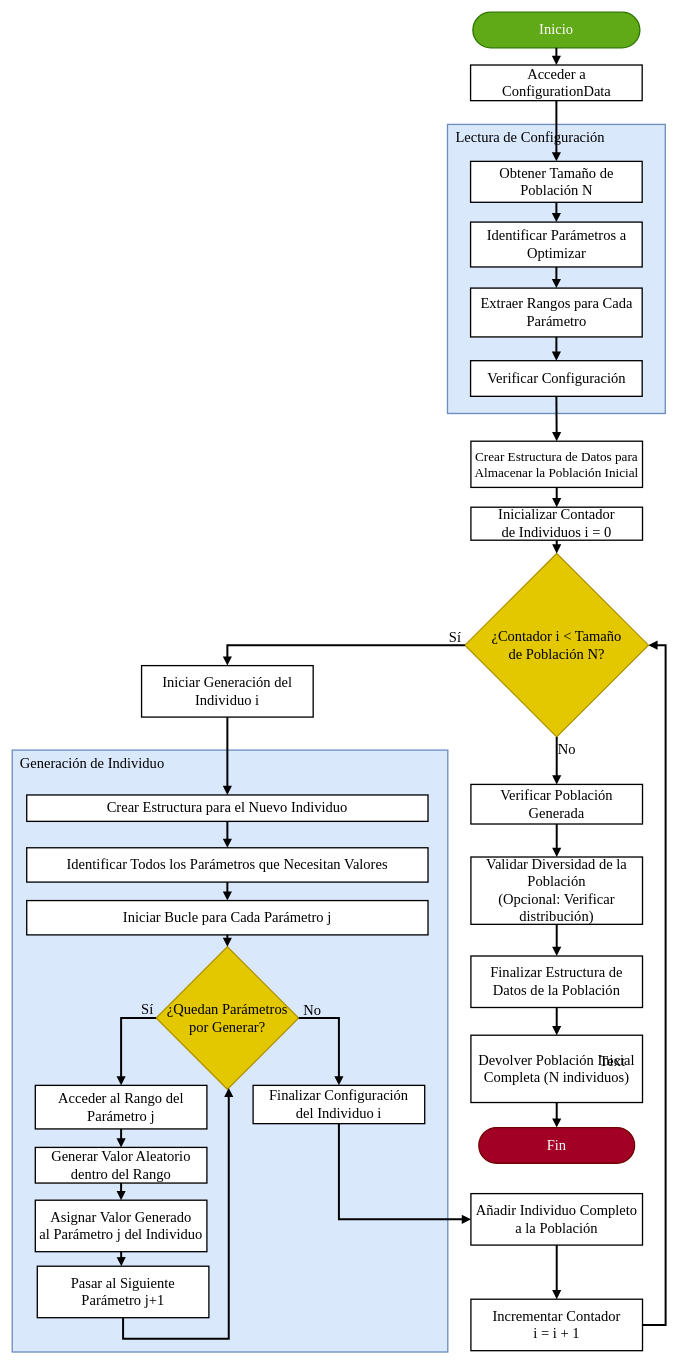
Above: page "Proceso02" (2 of 16) of img/Analisis/DiagramaProcesos/DiagramaProceso01_Captura Parámetros.drawio in CARBAJE/Presentacion (draw.io), before the change. Source tidied: cells renumbered, new cells numbered last; positions are measured from the earlier drawing's top-left corner, leaving out a move shared by most shapes. Both pictures are drawn from the tidied source at 66%, with x=0, y=0 at pixel (12, 12).
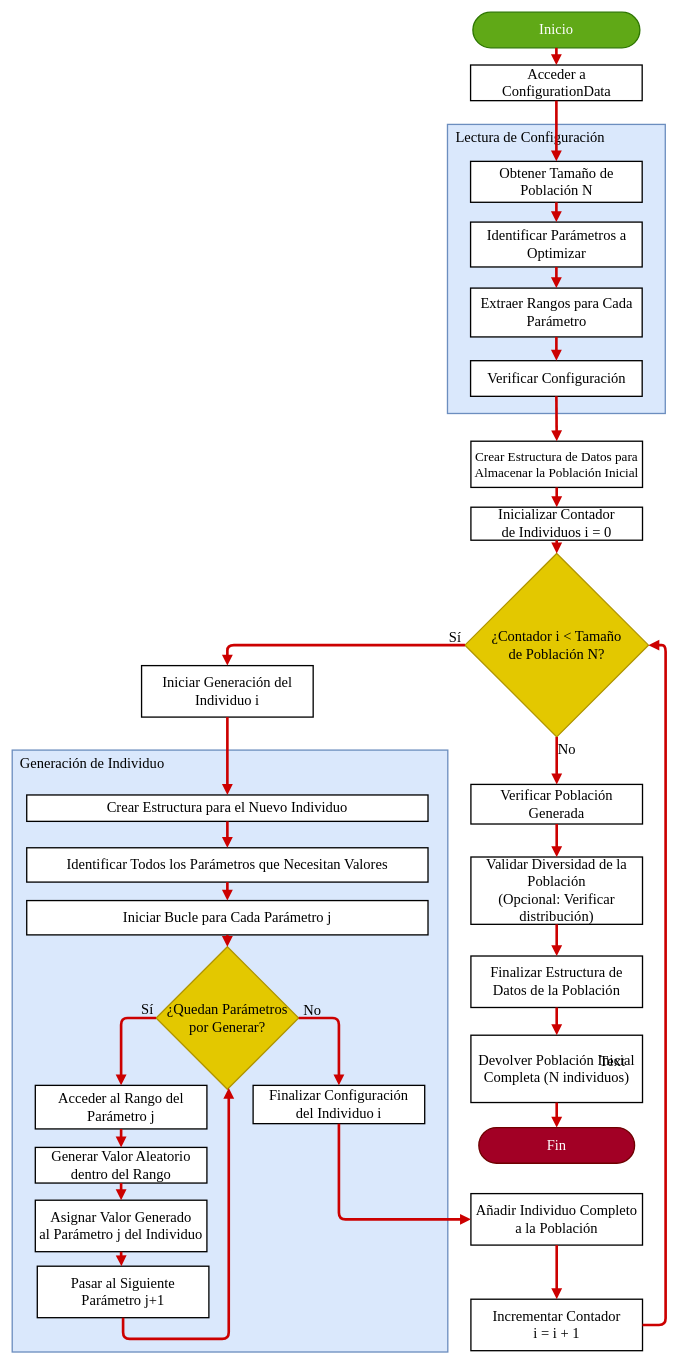
The same page after the edit.

Unchanged cells that the change refers to:
```xml
<mxCell id="4" value="Inicio" style="rounded=1;whiteSpace=wrap;arcSize=50;strokeWidth=2;comic=0;enumerate=0;fillColor=#60a917;fontColor=#ffffff;strokeColor=#2D7600;fontSize=22;fontFamily=Times New Roman;" parent="1" vertex="1">
<mxCell id="5" value="Acceder a ConfigurationData" style="whiteSpace=wrap;strokeWidth=2;fontSize=22;fontFamily=Times New Roman;" parent="1" vertex="1">
<mxCell id="6" value="Obtener Tamaño de Población N" style="whiteSpace=wrap;strokeWidth=2;fontSize=22;fontFamily=Times New Roman;" parent="1" vertex="1">
<mxCell id="7" value="Identificar Parámetros a Optimizar" style="whiteSpace=wrap;strokeWidth=2;fontSize=22;fontFamily=Times New Roman;" parent="1" vertex="1">
<mxCell id="8" value="Extraer Rangos para Cada Parámetro" style="whiteSpace=wrap;strokeWidth=2;fontSize=22;fontFamily=Times New Roman;" parent="1" vertex="1">
<mxCell id="9" value="Verificar Configuración" style="whiteSpace=wrap;strokeWidth=2;fontSize=22;fontFamily=Times New Roman;" parent="1" vertex="1">
<mxCell id="10" value="Crear Estructura de Datos para&#10;Almacenar la Población Inicial" style="whiteSpace=wrap;strokeWidth=2;fontSize=20;fontFamily=Times New Roman;" parent="1" vertex="1">
<mxCell id="11" value="Inicializar Contador&#10;de Individuos i = 0" style="whiteSpace=wrap;strokeWidth=2;fontSize=22;fontFamily=Times New Roman;" parent="1" vertex="1">
<mxCell id="12" value="¿Contador i &lt; Tamaño&#10;de Población N?" style="rhombus;strokeWidth=2;whiteSpace=wrap;fontSize=22;fillColor=#e3c800;fontColor=#000000;strokeColor=#B09500;fontFamily=Times New Roman;" parent="1" vertex="1">
<mxCell id="13" value="Verificar Población Generada" style="whiteSpace=wrap;strokeWidth=2;fontSize=22;fontFamily=Times New Roman;" parent="1" vertex="1">
<mxCell id="14" value="Iniciar Generación del&#10;Individuo i" style="whiteSpace=wrap;strokeWidth=2;fontSize=22;fontFamily=Times New Roman;" parent="1" vertex="1">
<mxCell id="15" value="Crear Estructura para el Nuevo Individuo" style="whiteSpace=wrap;strokeWidth=2;fontSize=22;fontFamily=Times New Roman;" parent="1" vertex="1">
<mxCell id="16" value="Identificar Todos los Parámetros que Necesitan Valores" style="whiteSpace=wrap;strokeWidth=2;fontSize=22;fontFamily=Times New Roman;" parent="1" vertex="1">
<mxCell id="17" value="Iniciar Bucle para Cada Parámetro j" style="whiteSpace=wrap;strokeWidth=2;fontSize=22;fontFamily=Times New Roman;" parent="1" vertex="1">
<mxCell id="18" value="¿Quedan Parámetros&#10;por Generar?" style="rhombus;strokeWidth=2;whiteSpace=wrap;fontSize=22;fillColor=#e3c800;fontColor=#000000;strokeColor=#B09500;fontFamily=Times New Roman;" parent="1" vertex="1">
<mxCell id="19" value="Acceder al Rango del Parámetro j" style="whiteSpace=wrap;strokeWidth=2;fontSize=22;fontFamily=Times New Roman;" parent="1" vertex="1">
<mxCell id="20" value="Generar Valor Aleatorio&#10;dentro del Rango" style="whiteSpace=wrap;strokeWidth=2;fontSize=22;fontFamily=Times New Roman;" parent="1" vertex="1">
<mxCell id="21" value="Asignar Valor Generado&#10;al Parámetro j del Individuo" style="whiteSpace=wrap;strokeWidth=2;fontSize=22;fontFamily=Times New Roman;" parent="1" vertex="1">
<mxCell id="22" value="Pasar al Siguiente&#10;Parámetro j+1" style="whiteSpace=wrap;strokeWidth=2;fontSize=22;fontFamily=Times New Roman;" parent="1" vertex="1">
<mxCell id="23" value="Finalizar Configuración&#10;del Individuo i" style="whiteSpace=wrap;strokeWidth=2;fontSize=22;fontFamily=Times New Roman;" parent="1" vertex="1">
<mxCell id="24" value="Añadir Individuo Completo&#10;a la Población" style="whiteSpace=wrap;strokeWidth=2;fontSize=22;fontFamily=Times New Roman;" parent="1" vertex="1">
<mxCell id="25" value="Incrementar Contador&#10;i = i + 1" style="whiteSpace=wrap;strokeWidth=2;fontSize=22;fontFamily=Times New Roman;" parent="1" vertex="1">
<mxCell id="26" value="Validar Diversidad de la Población&#10;(Opcional: Verificar distribución)" style="whiteSpace=wrap;strokeWidth=2;fontSize=22;fontFamily=Times New Roman;" parent="1" vertex="1">
<mxCell id="27" value="Finalizar Estructura de&#10;Datos de la Población" style="whiteSpace=wrap;strokeWidth=2;fontSize=22;fontFamily=Times New Roman;" parent="1" vertex="1">
<mxCell id="28" value="Devolver Población Inicial&#10;Completa (N individuos)" style="whiteSpace=wrap;strokeWidth=2;fontSize=22;fontFamily=Times New Roman;" parent="1" vertex="1">
<mxCell id="30" value="Fin" style="rounded=1;whiteSpace=wrap;arcSize=50;strokeWidth=2;comic=0;enumerate=0;fillColor=#a20025;strokeColor=#6F0000;fontSize=22;fontColor=#ffffff;fontFamily=Times New Roman;" parent="1" vertex="1">
```

What changed in the source:
```diff
@@
-    <mxCell id="31" style="curved=1;startArrow=none;endArrow=block;exitX=0.5;exitY=1;entryX=0.5;entryY=0;rounded=0;fontSize=22;fontFamily=Times New Roman;strokeWidth=3;" parent="1" edge="1" source="4" target="5">
+    <mxCell id="31" style="curved=0;startArrow=none;endArrow=block;exitX=0.5;exitY=1;entryX=0.5;entryY=0;rounded=1;fontSize=22;fontFamily=Times New Roman;strokeWidth=4;flowAnimation=1;strokeColor=#CC0000;" parent="1" edge="1" source="4" target="5">
       <mxGeometry relative="1" as="geometry" />
     </mxCell>
-    <mxCell id="32" style="curved=1;startArrow=none;endArrow=block;exitX=0.5;exitY=1;entryX=0.5;entryY=0;rounded=0;fontSize=22;fontFamily=Times New Roman;strokeWidth=3;" parent="1" edge="1" source="5" target="6">
+    <mxCell id="32" style="curved=0;startArrow=none;endArrow=block;exitX=0.5;exitY=1;entryX=0.5;entryY=0;rounded=1;fontSize=22;fontFamily=Times New Roman;strokeWidth=4;flowAnimation=1;strokeColor=#CC0000;" parent="1" edge="1" source="5" target="6">
       <mxGeometry relative="1" as="geometry" />
     </mxCell>
-    <mxCell id="33" style="curved=1;startArrow=none;endArrow=block;exitX=0.5;exitY=1;entryX=0.5;entryY=0;rounded=0;fontSize=22;fontFamily=Times New Roman;strokeWidth=3;" parent="1" edge="1" source="6" target="7">
+    <mxCell id="33" style="curved=0;startArrow=none;endArrow=block;exitX=0.5;exitY=1;entryX=0.5;entryY=0;rounded=1;fontSize=22;fontFamily=Times New Roman;strokeWidth=4;flowAnimation=1;strokeColor=#CC0000;" parent="1" edge="1" source="6" target="7">
       <mxGeometry relative="1" as="geometry" />
     </mxCell>
-    <mxCell id="34" style="curved=1;startArrow=none;endArrow=block;exitX=0.5;exitY=1;entryX=0.5;entryY=0;rounded=0;fontSize=22;fontFamily=Times New Roman;strokeWidth=3;" parent="1" edge="1" source="7" target="8">
+    <mxCell id="34" style="curved=0;startArrow=none;endArrow=block;exitX=0.5;exitY=1;entryX=0.5;entryY=0;rounded=1;fontSize=22;fontFamily=Times New Roman;strokeWidth=4;flowAnimation=1;strokeColor=#CC0000;" parent="1" edge="1" source="7" target="8">
       <mxGeometry relative="1" as="geometry" />
     </mxCell>
-    <mxCell id="35" style="curved=1;startArrow=none;endArrow=block;exitX=0.5;exitY=1;entryX=0.5;entryY=0;rounded=0;fontSize=22;fontFamily=Times New Roman;strokeWidth=3;" parent="1" edge="1" source="8" target="9">
+    <mxCell id="35" style="curved=0;startArrow=none;endArrow=block;exitX=0.5;exitY=1;entryX=0.5;entryY=0;rounded=1;fontSize=22;fontFamily=Times New Roman;strokeWidth=4;flowAnimation=1;strokeColor=#CC0000;" parent="1" edge="1" source="8" target="9">
       <mxGeometry relative="1" as="geometry" />
     </mxCell>
-    <mxCell id="36" style="curved=1;startArrow=none;endArrow=block;exitX=0.5;exitY=1;entryX=0.5;entryY=0;rounded=0;fontSize=22;fontFamily=Times New Roman;strokeWidth=3;" parent="1" edge="1" source="9" target="10">
+    <mxCell id="36" style="curved=0;startArrow=none;endArrow=block;exitX=0.5;exitY=1;entryX=0.5;entryY=0;rounded=1;fontSize=22;fontFamily=Times New Roman;strokeWidth=4;flowAnimation=1;strokeColor=#CC0000;" parent="1" edge="1" source="9" target="10">
       <mxGeometry relative="1" as="geometry" />
     </mxCell>
-    <mxCell id="37" style="curved=1;startArrow=none;endArrow=block;exitX=0.5;exitY=1;entryX=0.5;entryY=0;rounded=0;fontSize=22;fontFamily=Times New Roman;strokeWidth=3;" parent="1" edge="1" source="10" target="11">
+    <mxCell id="37" style="curved=0;startArrow=none;endArrow=block;exitX=0.5;exitY=1;entryX=0.5;entryY=0;rounded=1;fontSize=22;fontFamily=Times New Roman;strokeWidth=4;flowAnimation=1;strokeColor=#CC0000;" parent="1" edge="1" source="10" target="11">
       <mxGeometry relative="1" as="geometry" />
     </mxCell>
-    <mxCell id="38" style="curved=1;startArrow=none;endArrow=block;exitX=0.5;exitY=1;entryX=0.5;entryY=0;rounded=0;fontSize=22;fontFamily=Times New Roman;strokeWidth=3;" parent="1" edge="1" source="11" target="12">
+    <mxCell id="38" style="curved=0;startArrow=none;endArrow=block;exitX=0.5;exitY=1;entryX=0.5;entryY=0;rounded=1;fontSize=22;fontFamily=Times New Roman;strokeWidth=4;flowAnimation=1;strokeColor=#CC0000;" parent="1" edge="1" source="11" target="12">
       <mxGeometry relative="1" as="geometry" />
     </mxCell>
-    <mxCell id="39" value="No" style="startArrow=none;endArrow=block;exitX=0.5;exitY=1;entryX=0.5;entryY=0;rounded=0;fontSize=22;edgeStyle=orthogonalEdgeStyle;labelBackgroundColor=none;align=left;spacingBottom=40;fontFamily=Times New Roman;strokeWidth=3;" parent="1" edge="1" source="12" target="13">
+    <mxCell id="39" value="No" style="startArrow=none;endArrow=block;exitX=0.5;exitY=1;entryX=0.5;entryY=0;rounded=1;fontSize=22;edgeStyle=orthogonalEdgeStyle;labelBackgroundColor=none;align=left;spacingBottom=40;fontFamily=Times New Roman;strokeWidth=4;flowAnimation=1;strokeColor=#CC0000;curved=0;" parent="1" edge="1" source="12" target="13">
       <mxGeometry relative="1" as="geometry" />
     </mxCell>
-    <mxCell id="40" value="Sí" style="startArrow=none;endArrow=block;exitX=0;exitY=0.5;entryX=0.5;entryY=0.01;rounded=0;fontSize=22;edgeStyle=orthogonalEdgeStyle;exitDx=0;exitDy=0;labelBackgroundColor=none;verticalAlign=bottom;align=left;spacingLeft=170;fontFamily=Times New Roman;strokeWidth=3;" parent="1" edge="1" source="12" target="14">
+    <mxCell id="40" value="Sí" style="startArrow=none;endArrow=block;exitX=0;exitY=0.5;entryX=0.5;entryY=0.01;rounded=1;fontSize=22;edgeStyle=orthogonalEdgeStyle;exitDx=0;exitDy=0;labelBackgroundColor=none;verticalAlign=bottom;align=left;spacingLeft=170;fontFamily=Times New Roman;strokeWidth=4;flowAnimation=1;strokeColor=#CC0000;curved=0;" parent="1" edge="1" source="12" target="14">
       <mxGeometry relative="1" as="geometry" />
     </mxCell>
-    <mxCell id="41" value="Sí" style="startArrow=none;endArrow=block;exitX=0;exitY=0.5;entryX=0.5;entryY=0;rounded=0;fontSize=22;edgeStyle=orthogonalEdgeStyle;exitDx=0;exitDy=0;labelBackgroundColor=none;spacingBottom=80;spacingLeft=80;fontFamily=Times New Roman;strokeWidth=3;" parent="1" edge="1" source="18" target="19">
+    <mxCell id="41" value="Sí" style="startArrow=none;endArrow=block;exitX=0;exitY=0.5;entryX=0.5;entryY=0;rounded=1;fontSize=22;edgeStyle=orthogonalEdgeStyle;exitDx=0;exitDy=0;labelBackgroundColor=none;spacingBottom=80;spacingLeft=80;fontFamily=Times New Roman;strokeWidth=4;flowAnimation=1;strokeColor=#CC0000;curved=0;" parent="1" edge="1" source="18" target="19">
       <mxGeometry relative="1" as="geometry" />
     </mxCell>
-    <mxCell id="42" style="curved=1;startArrow=none;endArrow=block;exitX=0.5;exitY=1;entryX=0.5;entryY=0;rounded=0;fontSize=22;fontFamily=Times New Roman;strokeWidth=3;" parent="1" edge="1" source="19" target="20">
+    <mxCell id="42" style="curved=0;startArrow=none;endArrow=block;exitX=0.5;exitY=1;entryX=0.5;entryY=0;rounded=1;fontSize=22;fontFamily=Times New Roman;strokeWidth=4;flowAnimation=1;strokeColor=#CC0000;" parent="1" edge="1" source="19" target="20">
       <mxGeometry relative="1" as="geometry" />
     </mxCell>
-    <mxCell id="43" style="curved=1;startArrow=none;endArrow=block;exitX=0.5;exitY=1;entryX=0.5;entryY=0;rounded=0;fontSize=22;fontFamily=Times New Roman;strokeWidth=3;" parent="1" edge="1" source="20" target="21">
+    <mxCell id="43" style="curved=0;startArrow=none;endArrow=block;exitX=0.5;exitY=1;entryX=0.5;entryY=0;rounded=1;fontSize=22;fontFamily=Times New Roman;strokeWidth=4;flowAnimation=1;strokeColor=#CC0000;" parent="1" edge="1" source="20" target="21">
       <mxGeometry relative="1" as="geometry" />
     </mxCell>
-    <mxCell id="44" style="curved=1;startArrow=none;endArrow=block;exitX=0.5;exitY=1;entryX=0.49;entryY=0;rounded=0;fontSize=22;fontFamily=Times New Roman;strokeWidth=3;" parent="1" edge="1" source="21" target="22">
+    <mxCell id="44" style="curved=0;startArrow=none;endArrow=block;exitX=0.5;exitY=1;entryX=0.49;entryY=0;rounded=1;fontSize=22;fontFamily=Times New Roman;strokeWidth=4;flowAnimation=1;strokeColor=#CC0000;" parent="1" edge="1" source="21" target="22">
       <mxGeometry relative="1" as="geometry" />
     </mxCell>
-    <mxCell id="45" style="startArrow=none;endArrow=block;entryX=0.51;entryY=1;rounded=0;fontSize=22;edgeStyle=orthogonalEdgeStyle;fontFamily=Times New Roman;strokeWidth=3;" parent="1" edge="1" source="22" target="18">
+    <mxCell id="45" style="startArrow=none;endArrow=block;entryX=0.51;entryY=1;rounded=1;fontSize=22;edgeStyle=orthogonalEdgeStyle;fontFamily=Times New Roman;strokeWidth=4;flowAnimation=1;strokeColor=#CC0000;curved=0;" parent="1" edge="1" source="22" target="18">
       <mxGeometry relative="1" as="geometry">
         <Array as="points">
           <mxPoint x="168" y="2010" />
           <mxPoint x="328" y="2010" />
         </Array>
       </mxGeometry>
     </mxCell>
-    <mxCell id="46" value="No" style="startArrow=none;endArrow=block;exitX=1;exitY=0.5;entryX=0.5;entryY=0;rounded=0;fontSize=22;edgeStyle=orthogonalEdgeStyle;exitDx=0;exitDy=0;labelBackgroundColor=none;verticalAlign=bottom;spacingBottom=20;spacingLeft=-80;fontFamily=Times New Roman;strokeWidth=3;" parent="1" edge="1" source="18" target="23">
+    <mxCell id="46" value="No" style="startArrow=none;endArrow=block;exitX=1;exitY=0.5;entryX=0.5;entryY=0;rounded=1;fontSize=22;edgeStyle=orthogonalEdgeStyle;exitDx=0;exitDy=0;labelBackgroundColor=none;verticalAlign=bottom;spacingBottom=20;spacingLeft=-80;fontFamily=Times New Roman;strokeWidth=4;flowAnimation=1;strokeColor=#CC0000;curved=0;" parent="1" edge="1" source="18" target="23">
       <mxGeometry relative="1" as="geometry" />
     </mxCell>
-    <mxCell id="47" style="curved=1;startArrow=none;endArrow=block;exitX=0.5;exitY=1.01;entryX=0.5;entryY=0.01;rounded=0;fontSize=22;fontFamily=Times New Roman;strokeWidth=3;" parent="1" edge="1" source="14" target="15">
+    <mxCell id="47" style="curved=0;startArrow=none;endArrow=block;exitX=0.5;exitY=1.01;entryX=0.5;entryY=0.01;rounded=1;fontSize=22;fontFamily=Times New Roman;strokeWidth=4;flowAnimation=1;strokeColor=#CC0000;" parent="1" edge="1" source="14" target="15">
       <mxGeometry relative="1" as="geometry" />
     </mxCell>
-    <mxCell id="48" style="curved=1;startArrow=none;endArrow=block;exitX=0.5;exitY=1.01;entryX=0.5;entryY=0;rounded=0;fontSize=22;fontFamily=Times New Roman;strokeWidth=3;" parent="1" edge="1" source="15" target="16">
+    <mxCell id="48" style="curved=0;startArrow=none;endArrow=block;exitX=0.5;exitY=1.01;entryX=0.5;entryY=0;rounded=1;fontSize=22;fontFamily=Times New Roman;strokeWidth=4;flowAnimation=1;strokeColor=#CC0000;" parent="1" edge="1" source="15" target="16">
       <mxGeometry relative="1" as="geometry" />
     </mxCell>
-    <mxCell id="49" style="curved=1;startArrow=none;endArrow=block;exitX=0.5;exitY=1;entryX=0.5;entryY=0.01;rounded=0;fontSize=22;fontFamily=Times New Roman;strokeWidth=3;" parent="1" edge="1" source="16" target="17">
+    <mxCell id="49" style="curved=0;startArrow=none;endArrow=block;exitX=0.5;exitY=1;entryX=0.5;entryY=0.01;rounded=1;fontSize=22;fontFamily=Times New Roman;strokeWidth=4;flowAnimation=1;strokeColor=#CC0000;" parent="1" edge="1" source="16" target="17">
       <mxGeometry relative="1" as="geometry" />
     </mxCell>
-    <mxCell id="50" style="curved=1;startArrow=none;endArrow=block;exitX=0.5;exitY=1.01;entryX=0.5;entryY=0;rounded=0;fontSize=22;fontFamily=Times New Roman;strokeWidth=3;" parent="1" edge="1" source="17" target="18">
+    <mxCell id="50" style="curved=0;startArrow=none;endArrow=block;exitX=0.5;exitY=1.01;entryX=0.5;entryY=0;rounded=1;fontSize=22;fontFamily=Times New Roman;strokeWidth=4;flowAnimation=1;strokeColor=#CC0000;" parent="1" edge="1" source="17" target="18">
       <mxGeometry relative="1" as="geometry" />
     </mxCell>
-    <mxCell id="51" style="startArrow=none;endArrow=block;exitX=0.5;exitY=1;entryX=0;entryY=0.5;rounded=0;fontSize=22;edgeStyle=orthogonalEdgeStyle;entryDx=0;entryDy=0;fontFamily=Times New Roman;strokeWidth=3;" parent="1" edge="1" source="23" target="24">
+    <mxCell id="51" style="startArrow=none;endArrow=block;exitX=0.5;exitY=1;entryX=0;entryY=0.5;rounded=1;fontSize=22;edgeStyle=orthogonalEdgeStyle;entryDx=0;entryDy=0;fontFamily=Times New Roman;strokeWidth=4;flowAnimation=1;strokeColor=#CC0000;curved=0;" parent="1" edge="1" source="23" target="24">
       <mxGeometry relative="1" as="geometry" />
     </mxCell>
-    <mxCell id="52" style="startArrow=none;endArrow=block;exitX=0.5;exitY=1;entryX=0.5;entryY=0;rounded=0;fontSize=22;entryDx=0;entryDy=0;edgeStyle=orthogonalEdgeStyle;fontFamily=Times New Roman;strokeWidth=3;" parent="1" edge="1" source="24" target="25">
+    <mxCell id="52" style="startArrow=none;endArrow=block;exitX=0.5;exitY=1;entryX=0.5;entryY=0;rounded=1;fontSize=22;entryDx=0;entryDy=0;edgeStyle=orthogonalEdgeStyle;fontFamily=Times New Roman;strokeWidth=4;flowAnimation=1;strokeColor=#CC0000;curved=0;" parent="1" edge="1" source="24" target="25">
       <mxGeometry relative="1" as="geometry" />
     </mxCell>
-    <mxCell id="53" style="startArrow=none;endArrow=block;exitX=1;exitY=0.5;entryX=1;entryY=0.5;rounded=0;fontSize=22;edgeStyle=orthogonalEdgeStyle;entryDx=0;entryDy=0;exitDx=0;exitDy=0;fontFamily=Times New Roman;strokeWidth=3;" parent="1" edge="1" source="25" target="12">
+    <mxCell id="53" style="startArrow=none;endArrow=block;exitX=1;exitY=0.5;entryX=1;entryY=0.5;rounded=1;fontSize=22;edgeStyle=orthogonalEdgeStyle;entryDx=0;entryDy=0;exitDx=0;exitDy=0;fontFamily=Times New Roman;strokeWidth=4;flowAnimation=1;strokeColor=#CC0000;curved=0;" parent="1" edge="1" source="25" target="12">
       <mxGeometry relative="1" as="geometry">
         <Array as="points">
           <mxPoint x="990" y="1989" />
           <mxPoint x="990" y="959" />
         </Array>
       </mxGeometry>
     </mxCell>
-    <mxCell id="54" style="curved=1;startArrow=none;endArrow=block;exitX=0.5;exitY=1;entryX=0.5;entryY=0;rounded=0;fontSize=22;fontFamily=Times New Roman;strokeWidth=3;" parent="1" edge="1" source="13" target="26">
+    <mxCell id="54" style="curved=0;startArrow=none;endArrow=block;exitX=0.5;exitY=1;entryX=0.5;entryY=0;rounded=1;fontSize=22;fontFamily=Times New Roman;strokeWidth=4;flowAnimation=1;strokeColor=#CC0000;" parent="1" edge="1" source="13" target="26">
       <mxGeometry relative="1" as="geometry" />
     </mxCell>
-    <mxCell id="55" style="curved=1;startArrow=none;endArrow=block;exitX=0.5;exitY=1;entryX=0.5;entryY=0.01;rounded=0;fontSize=22;fontFamily=Times New Roman;strokeWidth=3;" parent="1" edge="1" source="26" target="27">
+    <mxCell id="55" style="curved=0;startArrow=none;endArrow=block;exitX=0.5;exitY=1;entryX=0.5;entryY=0.01;rounded=1;fontSize=22;fontFamily=Times New Roman;strokeWidth=4;flowAnimation=1;strokeColor=#CC0000;" parent="1" edge="1" source="26" target="27">
       <mxGeometry relative="1" as="geometry" />
     </mxCell>
-    <mxCell id="56" style="curved=1;startArrow=none;endArrow=block;exitX=0.5;exitY=1.01;entryX=0.5;entryY=0;rounded=0;fontSize=22;fontFamily=Times New Roman;strokeWidth=3;" parent="1" edge="1" source="27" target="28">
+    <mxCell id="56" style="curved=0;startArrow=none;endArrow=block;exitX=0.5;exitY=1.01;entryX=0.5;entryY=0;rounded=1;fontSize=22;fontFamily=Times New Roman;strokeWidth=4;flowAnimation=1;strokeColor=#CC0000;" parent="1" edge="1" source="27" target="28">
       <mxGeometry relative="1" as="geometry" />
     </mxCell>
-    <mxCell id="57" style="curved=1;startArrow=none;endArrow=block;exitX=0.5;exitY=1;entryX=0.5;entryY=0;rounded=0;fontSize=22;fontFamily=Times New Roman;strokeWidth=3;" parent="1" edge="1" source="28" target="30">
+    <mxCell id="57" style="curved=0;startArrow=none;endArrow=block;exitX=0.5;exitY=1;entryX=0.5;entryY=0;rounded=1;fontSize=22;fontFamily=Times New Roman;strokeWidth=4;flowAnimation=1;strokeColor=#CC0000;" parent="1" edge="1" source="28" target="30">
       <mxGeometry relative="1" as="geometry" />
     </mxCell>
```
